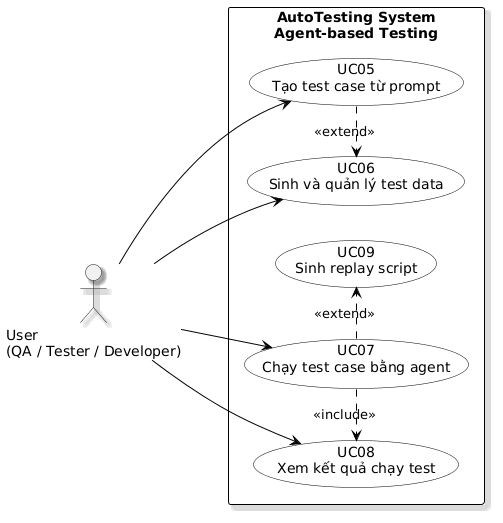
Earlier version of the PlantUML export images/usecase/usecase_agent_testing.png (NguyenHung1207/thesis-report).
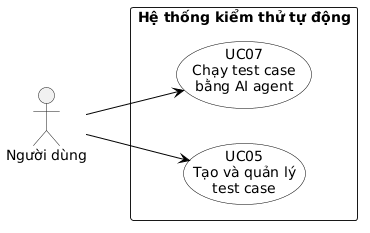
The same diagram one commit later.

The edit, as a diff of the source:
```diff
@@ -1,33 +1,21 @@
 @startuml
 left to right direction
 
+skinparam shadowing false
 skinparam packageStyle rectangle
-skinparam shadowing true
 skinparam usecase {
-  BackgroundColor White
-  BorderColor Black
-  ArrowColor Black
-}
-skinparam rectangle {
-  BorderColor Black
+    BackgroundColor white
+    BorderColor black
+    ArrowColor black
 }
 
-actor "User\n(QA / Tester / Developer)" as User
+actor "Người dùng" as User
 
-rectangle "AutoTesting System\nAgent-based Testing" {
-  usecase "UC05\nTạo test case từ prompt" as UC05
-  usecase "UC06\nSinh và quản lý test data" as UC06
-  usecase "UC07\nChạy test case bằng agent" as UC07
-  usecase "UC08\nXem kết quả chạy test" as UC08
-  usecase "UC09\nSinh replay script" as UC09
+rectangle "Hệ thống kiểm thử tự động" {
+    usecase "UC05\nTạo và quản lý\ntest case" as UC05
+    usecase "UC07\nChạy test case\nbằng AI agent" as UC07
 }
 
 User --> UC05
-User --> UC06
 User --> UC07
-User --> UC08
-
-UC05 .> UC06 : <<extend>>
-UC07 .> UC08 : <<include>>
-UC07 .> UC09 : <<extend>>
 @enduml
```
